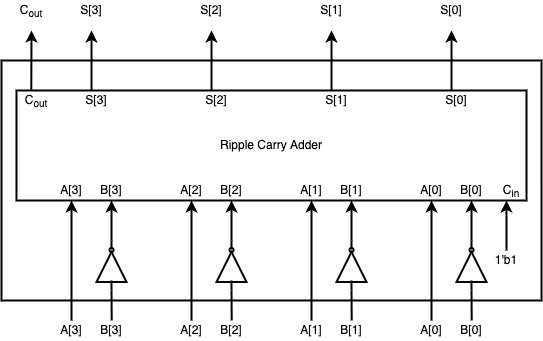
Above: assets/images/2021-12-21-verilogHDL_chapter3_combinational_logic/시스템_반도체_설계_3장-figure_18.drawio.png in ParkDongho/ParkDongho.github.io (draw.io), before the change. Source tidied: cells renumbered, new cells last; positions are measured from the earlier drawing's top-left corner, leaving out a move shared by most shapes.
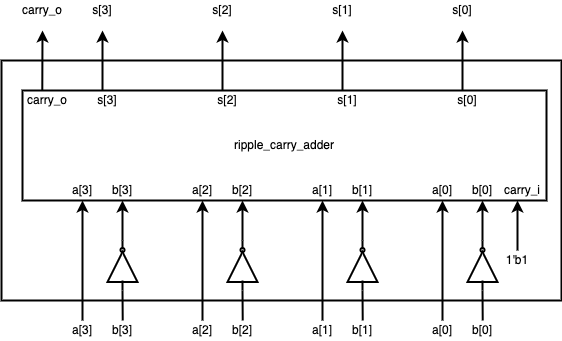
After the change.

Change to the diagram source:
```diff
@@ -2,6 +2,12 @@
   <root>
     <mxCell id="0" />
     <mxCell id="1" parent="0" />
+    <mxCell id="40" style="rounded=0;whiteSpace=wrap;html=1;fontSize=12;strokeWidth=2;fillColor=none;" parent="1" vertex="1">
+      <mxGeometry x="-11" y="60" width="560" height="240" as="geometry" />
+    </mxCell>
+    <mxCell id="28" value="ripple_carry_adder" style="rounded=0;whiteSpace=wrap;html=1;fontSize=12;strokeWidth=2;fillColor=none;" parent="1" vertex="1">
+      <mxGeometry x="10" y="90" width="524" height="110" as="geometry" />
+    </mxCell>
     <mxCell id="2" style="endArrow=classic;html=1;rounded=0;fontSize=12;strokeWidth=2;" parent="1" edge="1">
       <mxGeometry relative="1" as="geometry">
         <mxPoint x="430" y="320" as="sourcePoint" />
@@ -19,16 +25,16 @@
         <mxPoint x="450" y="30" as="targetPoint" />
       </mxGeometry>
     </mxCell>
-    <mxCell id="5" value="A[0]" style="text;html=1;strokeColor=none;fillColor=none;align=center;verticalAlign=middle;whiteSpace=wrap;rounded=0;fontSize=12;rotation=0;direction=west;" parent="1" vertex="1">
+    <mxCell id="5" value="a[0]" style="text;html=1;strokeColor=none;fillColor=none;align=center;verticalAlign=middle;whiteSpace=wrap;rounded=0;fontSize=12;rotation=0;direction=west;" parent="1" vertex="1">
       <mxGeometry x="415" y="180" width="30" height="20" as="geometry" />
     </mxCell>
-    <mxCell id="6" value="B[0]" style="text;html=1;strokeColor=none;fillColor=none;align=center;verticalAlign=middle;whiteSpace=wrap;rounded=0;fontSize=12;rotation=0;direction=west;" parent="1" vertex="1">
+    <mxCell id="6" value="b[0]" style="text;html=1;strokeColor=none;fillColor=none;align=center;verticalAlign=middle;whiteSpace=wrap;rounded=0;fontSize=12;rotation=0;direction=west;" parent="1" vertex="1">
       <mxGeometry x="455" y="180" width="30" height="20" as="geometry" />
     </mxCell>
-    <mxCell id="7" value="S[0]" style="text;html=1;strokeColor=none;fillColor=none;align=center;verticalAlign=middle;whiteSpace=wrap;rounded=0;fontSize=12;rotation=0;direction=west;" parent="1" vertex="1">
+    <mxCell id="7" value="s[0]" style="text;html=1;strokeColor=none;fillColor=none;align=center;verticalAlign=middle;whiteSpace=wrap;rounded=0;fontSize=12;rotation=0;direction=west;" parent="1" vertex="1">
       <mxGeometry x="430" width="40" height="20" as="geometry" />
     </mxCell>
-    <mxCell id="8" value="C&lt;sub&gt;in&lt;/sub&gt;" style="text;html=1;strokeColor=none;fillColor=none;align=center;verticalAlign=middle;whiteSpace=wrap;rounded=0;fontSize=12;rotation=0;direction=west;" parent="1" vertex="1">
+    <mxCell id="8" value="carry_i" style="text;html=1;strokeColor=none;fillColor=none;align=center;verticalAlign=middle;whiteSpace=wrap;rounded=0;fontSize=12;rotation=0;direction=west;" parent="1" vertex="1">
       <mxGeometry x="495" y="180" width="30" height="20" as="geometry" />
     </mxCell>
     <mxCell id="9" style="endArrow=classic;html=1;rounded=0;fontSize=12;strokeWidth=2;" parent="1" edge="1">
@@ -48,13 +54,13 @@
         <mxPoint x="330" y="30" as="targetPoint" />
       </mxGeometry>
     </mxCell>
-    <mxCell id="12" value="A[1]" style="text;html=1;strokeColor=none;fillColor=none;align=center;verticalAlign=middle;whiteSpace=wrap;rounded=0;fontSize=12;rotation=0;direction=west;" parent="1" vertex="1">
+    <mxCell id="12" value="a[1]" style="text;html=1;strokeColor=none;fillColor=none;align=center;verticalAlign=middle;whiteSpace=wrap;rounded=0;fontSize=12;rotation=0;direction=west;" parent="1" vertex="1">
       <mxGeometry x="295" y="180" width="30" height="20" as="geometry" />
     </mxCell>
-    <mxCell id="13" value="B[1]" style="text;html=1;strokeColor=none;fillColor=none;align=center;verticalAlign=middle;whiteSpace=wrap;rounded=0;fontSize=12;rotation=0;direction=west;" parent="1" vertex="1">
+    <mxCell id="13" value="b[1]" style="text;html=1;strokeColor=none;fillColor=none;align=center;verticalAlign=middle;whiteSpace=wrap;rounded=0;fontSize=12;rotation=0;direction=west;" parent="1" vertex="1">
       <mxGeometry x="335" y="180" width="30" height="20" as="geometry" />
     </mxCell>
-    <mxCell id="14" value="S[1]" style="text;html=1;strokeColor=none;fillColor=none;align=center;verticalAlign=middle;whiteSpace=wrap;rounded=0;fontSize=12;rotation=0;direction=west;" parent="1" vertex="1">
+    <mxCell id="14" value="s[1]" style="text;html=1;strokeColor=none;fillColor=none;align=center;verticalAlign=middle;whiteSpace=wrap;rounded=0;fontSize=12;rotation=0;direction=west;" parent="1" vertex="1">
       <mxGeometry x="310" width="40" height="20" as="geometry" />
     </mxCell>
     <mxCell id="15" style="endArrow=classic;html=1;rounded=0;fontSize=12;strokeWidth=2;" parent="1" edge="1">
@@ -74,13 +80,13 @@
         <mxPoint x="210" y="30" as="targetPoint" />
       </mxGeometry>
     </mxCell>
-    <mxCell id="18" value="A[2]" style="text;html=1;strokeColor=none;fillColor=none;align=center;verticalAlign=middle;whiteSpace=wrap;rounded=0;fontSize=12;rotation=0;direction=west;" parent="1" vertex="1">
+    <mxCell id="18" value="a[2]" style="text;html=1;strokeColor=none;fillColor=none;align=center;verticalAlign=middle;whiteSpace=wrap;rounded=0;fontSize=12;rotation=0;direction=west;" parent="1" vertex="1">
       <mxGeometry x="175" y="180" width="30" height="20" as="geometry" />
     </mxCell>
-    <mxCell id="19" value="B[2]" style="text;html=1;strokeColor=none;fillColor=none;align=center;verticalAlign=middle;whiteSpace=wrap;rounded=0;fontSize=12;rotation=0;direction=west;" parent="1" vertex="1">
+    <mxCell id="19" value="b[2]" style="text;html=1;strokeColor=none;fillColor=none;align=center;verticalAlign=middle;whiteSpace=wrap;rounded=0;fontSize=12;rotation=0;direction=west;" parent="1" vertex="1">
       <mxGeometry x="215" y="180" width="30" height="20" as="geometry" />
     </mxCell>
-    <mxCell id="20" value="S[2]" style="text;html=1;strokeColor=none;fillColor=none;align=center;verticalAlign=middle;whiteSpace=wrap;rounded=0;fontSize=12;rotation=0;direction=west;" parent="1" vertex="1">
+    <mxCell id="20" value="s[2]" style="text;html=1;strokeColor=none;fillColor=none;align=center;verticalAlign=middle;whiteSpace=wrap;rounded=0;fontSize=12;rotation=0;direction=west;" parent="1" vertex="1">
       <mxGeometry x="190" width="40" height="20" as="geometry" />
     </mxCell>
     <mxCell id="21" style="endArrow=classic;html=1;rounded=0;fontSize=12;strokeWidth=2;" parent="1" edge="1">
@@ -100,21 +106,18 @@
         <mxPoint x="90" y="30" as="targetPoint" />
       </mxGeometry>
     </mxCell>
-    <mxCell id="24" value="A[3]" style="text;html=1;strokeColor=none;fillColor=none;align=center;verticalAlign=middle;whiteSpace=wrap;rounded=0;fontSize=12;rotation=0;direction=west;" parent="1" vertex="1">
+    <mxCell id="24" value="a[3]" style="text;html=1;strokeColor=none;fillColor=none;align=center;verticalAlign=middle;whiteSpace=wrap;rounded=0;fontSize=12;rotation=0;direction=west;" parent="1" vertex="1">
       <mxGeometry x="55" y="180" width="30" height="20" as="geometry" />
     </mxCell>
-    <mxCell id="25" value="B[3]" style="text;html=1;strokeColor=none;fillColor=none;align=center;verticalAlign=middle;whiteSpace=wrap;rounded=0;fontSize=12;rotation=0;direction=west;" parent="1" vertex="1">
+    <mxCell id="25" value="b[3]" style="text;html=1;strokeColor=none;fillColor=none;align=center;verticalAlign=middle;whiteSpace=wrap;rounded=0;fontSize=12;rotation=0;direction=west;" parent="1" vertex="1">
       <mxGeometry x="95" y="180" width="30" height="20" as="geometry" />
     </mxCell>
-    <mxCell id="26" value="S[3]" style="text;html=1;strokeColor=none;fillColor=none;align=center;verticalAlign=middle;whiteSpace=wrap;rounded=0;fontSize=12;rotation=0;direction=west;" parent="1" vertex="1">
+    <mxCell id="26" value="s[3]" style="text;html=1;strokeColor=none;fillColor=none;align=center;verticalAlign=middle;whiteSpace=wrap;rounded=0;fontSize=12;rotation=0;direction=west;" parent="1" vertex="1">
       <mxGeometry x="70" width="40" height="20" as="geometry" />
     </mxCell>
-    <mxCell id="27" value="C&lt;sub&gt;out&lt;/sub&gt;" style="text;html=1;strokeColor=none;fillColor=none;align=center;verticalAlign=middle;whiteSpace=wrap;rounded=0;fontSize=12;rotation=0;direction=west;" parent="1" vertex="1">
+    <mxCell id="27" value="carry_o" style="text;html=1;strokeColor=none;fillColor=none;align=center;verticalAlign=middle;whiteSpace=wrap;rounded=0;fontSize=12;rotation=0;direction=west;" parent="1" vertex="1">
       <mxGeometry x="10" width="40" height="20" as="geometry" />
     </mxCell>
-    <mxCell id="28" value="Ripple Carry Adder" style="rounded=0;whiteSpace=wrap;html=1;fontSize=12;strokeWidth=2;fillColor=none;" parent="1" vertex="1">
-      <mxGeometry x="15" y="90" width="510" height="110" as="geometry" />
-    </mxCell>
     <mxCell id="29" style="endArrow=classic;html=1;rounded=0;fontSize=12;strokeWidth=2;" parent="1" edge="1">
       <mxGeometry relative="1" as="geometry">
         <mxPoint x="505" y="250" as="sourcePoint" />
@@ -162,46 +165,43 @@
     <mxCell id="39" value="1'b1" style="text;html=1;strokeColor=none;fillColor=none;align=center;verticalAlign=middle;whiteSpace=wrap;rounded=0;fontSize=12;" parent="1" vertex="1">
       <mxGeometry x="490" y="250" width="30" height="20" as="geometry" />
     </mxCell>
-    <mxCell id="40" style="rounded=0;whiteSpace=wrap;html=1;fontSize=12;strokeWidth=2;fillColor=none;" parent="1" vertex="1">
-      <mxGeometry y="60" width="540" height="240" as="geometry" />
-    </mxCell>
-    <mxCell id="41" value="S[0]" style="text;html=1;strokeColor=none;fillColor=none;align=center;verticalAlign=middle;whiteSpace=wrap;rounded=0;fontSize=12;rotation=0;direction=west;" parent="1" vertex="1">
+    <mxCell id="41" value="s[0]" style="text;html=1;strokeColor=none;fillColor=none;align=center;verticalAlign=middle;whiteSpace=wrap;rounded=0;fontSize=12;rotation=0;direction=west;" parent="1" vertex="1">
       <mxGeometry x="435" y="90" width="40" height="20" as="geometry" />
     </mxCell>
-    <mxCell id="42" value="S[1]" style="text;html=1;strokeColor=none;fillColor=none;align=center;verticalAlign=middle;whiteSpace=wrap;rounded=0;fontSize=12;rotation=0;direction=west;" parent="1" vertex="1">
+    <mxCell id="42" value="s[1]" style="text;html=1;strokeColor=none;fillColor=none;align=center;verticalAlign=middle;whiteSpace=wrap;rounded=0;fontSize=12;rotation=0;direction=west;" parent="1" vertex="1">
       <mxGeometry x="315" y="90" width="40" height="20" as="geometry" />
     </mxCell>
-    <mxCell id="43" value="S[2]" style="text;html=1;strokeColor=none;fillColor=none;align=center;verticalAlign=middle;whiteSpace=wrap;rounded=0;fontSize=12;rotation=0;direction=west;" parent="1" vertex="1">
+    <mxCell id="43" value="s[2]" style="text;html=1;strokeColor=none;fillColor=none;align=center;verticalAlign=middle;whiteSpace=wrap;rounded=0;fontSize=12;rotation=0;direction=west;" parent="1" vertex="1">
       <mxGeometry x="195" y="90" width="40" height="20" as="geometry" />
     </mxCell>
-    <mxCell id="44" value="S[3]" style="text;html=1;strokeColor=none;fillColor=none;align=center;verticalAlign=middle;whiteSpace=wrap;rounded=0;fontSize=12;rotation=0;direction=west;" parent="1" vertex="1">
+    <mxCell id="44" value="s[3]" style="text;html=1;strokeColor=none;fillColor=none;align=center;verticalAlign=middle;whiteSpace=wrap;rounded=0;fontSize=12;rotation=0;direction=west;" parent="1" vertex="1">
       <mxGeometry x="75" y="90" width="40" height="20" as="geometry" />
     </mxCell>
-    <mxCell id="45" value="C&lt;sub&gt;out&lt;/sub&gt;" style="text;html=1;strokeColor=none;fillColor=none;align=center;verticalAlign=middle;whiteSpace=wrap;rounded=0;fontSize=12;rotation=0;direction=west;" parent="1" vertex="1">
+    <mxCell id="45" value="carry_o" style="text;html=1;strokeColor=none;fillColor=none;align=center;verticalAlign=middle;whiteSpace=wrap;rounded=0;fontSize=12;rotation=0;direction=west;" parent="1" vertex="1">
       <mxGeometry x="15" y="90" width="40" height="20" as="geometry" />
     </mxCell>
-    <mxCell id="46" value="A[0]" style="text;html=1;strokeColor=none;fillColor=none;align=center;verticalAlign=middle;whiteSpace=wrap;rounded=0;fontSize=12;rotation=0;direction=west;" parent="1" vertex="1">
+    <mxCell id="46" value="a[0]" style="text;html=1;strokeColor=none;fillColor=none;align=center;verticalAlign=middle;whiteSpace=wrap;rounded=0;fontSize=12;rotation=0;direction=west;" parent="1" vertex="1">
       <mxGeometry x="415" y="320" width="30" height="20" as="geometry" />
     </mxCell>
-    <mxCell id="47" value="B[0]" style="text;html=1;strokeColor=none;fillColor=none;align=center;verticalAlign=middle;whiteSpace=wrap;rounded=0;fontSize=12;rotation=0;direction=west;" parent="1" vertex="1">
+    <mxCell id="47" value="b[0]" style="text;html=1;strokeColor=none;fillColor=none;align=center;verticalAlign=middle;whiteSpace=wrap;rounded=0;fontSize=12;rotation=0;direction=west;" parent="1" vertex="1">
       <mxGeometry x="455" y="320" width="30" height="20" as="geometry" />
     </mxCell>
-    <mxCell id="48" value="A[1]" style="text;html=1;strokeColor=none;fillColor=none;align=center;verticalAlign=middle;whiteSpace=wrap;rounded=0;fontSize=12;rotation=0;direction=west;" parent="1" vertex="1">
+    <mxCell id="48" value="a[1]" style="text;html=1;strokeColor=none;fillColor=none;align=center;verticalAlign=middle;whiteSpace=wrap;rounded=0;fontSize=12;rotation=0;direction=west;" parent="1" vertex="1">
       <mxGeometry x="295" y="320" width="30" height="20" as="geometry" />
     </mxCell>
-    <mxCell id="49" value="B[1]" style="text;html=1;strokeColor=none;fillColor=none;align=center;verticalAlign=middle;whiteSpace=wrap;rounded=0;fontSize=12;rotation=0;direction=west;" parent="1" vertex="1">
+    <mxCell id="49" value="b[1]" style="text;html=1;strokeColor=none;fillColor=none;align=center;verticalAlign=middle;whiteSpace=wrap;rounded=0;fontSize=12;rotation=0;direction=west;" parent="1" vertex="1">
       <mxGeometry x="335" y="320" width="30" height="20" as="geometry" />
     </mxCell>
-    <mxCell id="50" value="A[2]" style="text;html=1;strokeColor=none;fillColor=none;align=center;verticalAlign=middle;whiteSpace=wrap;rounded=0;fontSize=12;rotation=0;direction=west;" parent="1" vertex="1">
+    <mxCell id="50" value="a[2]" style="text;html=1;strokeColor=none;fillColor=none;align=center;verticalAlign=middle;whiteSpace=wrap;rounded=0;fontSize=12;rotation=0;direction=west;" parent="1" vertex="1">
       <mxGeometry x="175" y="320" width="30" height="20" as="geometry" />
     </mxCell>
-    <mxCell id="51" value="B[2]" style="text;html=1;strokeColor=none;fillColor=none;align=center;verticalAlign=middle;whiteSpace=wrap;rounded=0;fontSize=12;rotation=0;direction=west;" parent="1" vertex="1">
+    <mxCell id="51" value="b[2]" style="text;html=1;strokeColor=none;fillColor=none;align=center;verticalAlign=middle;whiteSpace=wrap;rounded=0;fontSize=12;rotation=0;direction=west;" parent="1" vertex="1">
       <mxGeometry x="215" y="320" width="30" height="20" as="geometry" />
     </mxCell>
-    <mxCell id="52" value="A[3]" style="text;html=1;strokeColor=none;fillColor=none;align=center;verticalAlign=middle;whiteSpace=wrap;rounded=0;fontSize=12;rotation=0;direction=west;" parent="1" vertex="1">
+    <mxCell id="52" value="a[3]" style="text;html=1;strokeColor=none;fillColor=none;align=center;verticalAlign=middle;whiteSpace=wrap;rounded=0;fontSize=12;rotation=0;direction=west;" parent="1" vertex="1">
       <mxGeometry x="55" y="320" width="30" height="20" as="geometry" />
     </mxCell>
-    <mxCell id="53" value="B[3]" style="text;html=1;strokeColor=none;fillColor=none;align=center;verticalAlign=middle;whiteSpace=wrap;rounded=0;fontSize=12;rotation=0;direction=west;" parent="1" vertex="1">
+    <mxCell id="53" value="b[3]" style="text;html=1;strokeColor=none;fillColor=none;align=center;verticalAlign=middle;whiteSpace=wrap;rounded=0;fontSize=12;rotation=0;direction=west;" parent="1" vertex="1">
       <mxGeometry x="95" y="320" width="30" height="20" as="geometry" />
     </mxCell>
   </root>
```
